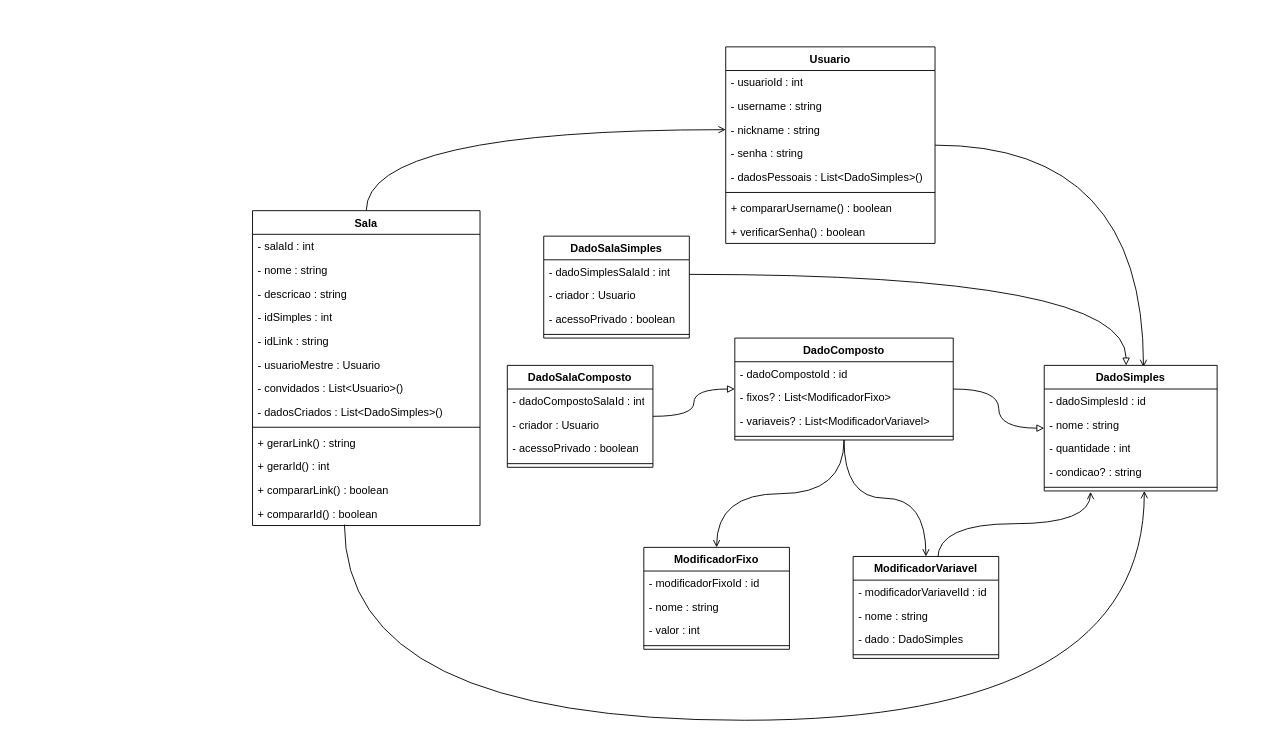
mthhenri/Dicenamics keeps this draw.io diagram as Dicenamics.drawio. Above is the earlier version. Source tidied: cells renumbered, new cells numbered last; positions are measured from the earlier drawing's top-left corner, leaving out a move shared by most shapes. Both pictures are drawn from the tidied source at 91%, with x=0, y=0 at pixel (252, 46).
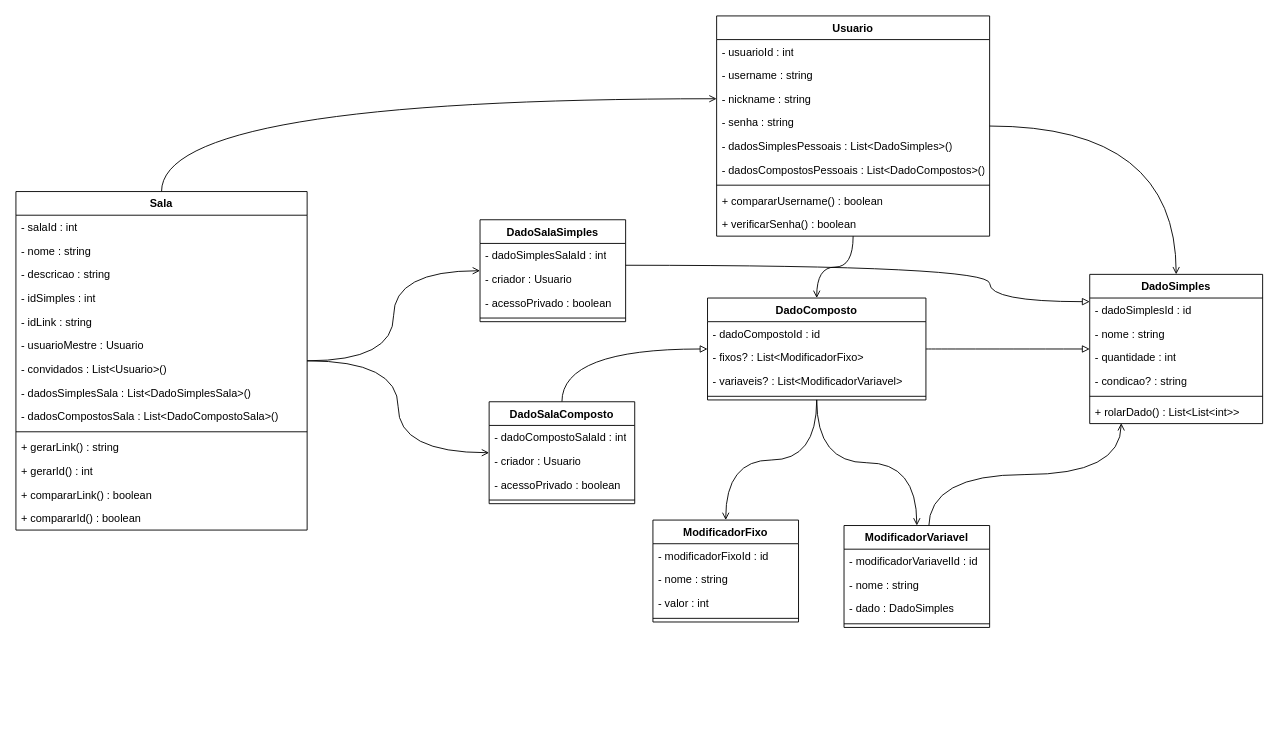
Above is the later version.

The change refers to these unchanged cells:
```xml
<mxCell id="45" style="line;strokeWidth=1;fillColor=none;align=left;verticalAlign=middle;spacingTop=-1;spacingLeft=3;spacingRight=3;labelPosition=right;points=[];portConstraint=eastwest;strokeColor=inherit;" parent="40" vertex="1">
  <mxGeometry y="130" width="190" height="8" as="geometry" />
</mxCell>
```

What changed in the source:
```diff
@@
+    <mxCell id="65" style="edgeStyle=orthogonalEdgeStyle;curved=1;rounded=0;jettySize=auto;html=1;endArrow=open;endFill=0;" parent="1" edge="1" source="3" target="48">
+      <mxGeometry relative="1" as="geometry" />
+    </mxCell>
-    <mxCell id="2" style="edgeStyle=orthogonalEdgeStyle;curved=1;rounded=0;jettySize=auto;html=1;endArrow=open;endFill=0;entryX=0.574;entryY=0.014;entryDx=0;entryDy=0;entryPerimeter=0;" parent="1" edge="1" source="3" target="40">
+    <mxCell id="2" style="edgeStyle=orthogonalEdgeStyle;curved=1;rounded=0;jettySize=auto;html=1;endArrow=open;endFill=0;" parent="1" edge="1" source="3" target="40">
       <mxGeometry relative="1" as="geometry" />
     </mxCell>
     <mxCell id="3" value="Usuario" style="swimlane;fontStyle=1;align=center;verticalAlign=top;horizontal=1;startSize=26;whiteSpace=wrap;html=1;" parent="1" vertex="1">
-      <mxGeometry x="520" width="230" height="216" as="geometry" />
+      <mxGeometry x="510" y="-34" width="300" height="242" as="geometry" />
     </mxCell>
     <mxCell id="4" value="- usuarioId : int" style="text;strokeColor=none;fillColor=none;align=left;verticalAlign=top;spacingLeft=4;spacingRight=4;overflow=hidden;whiteSpace=wrap;html=1;" parent="3" vertex="1">
-      <mxGeometry y="26" width="230" height="26" as="geometry" />
+      <mxGeometry y="26" width="300" height="26" as="geometry" />
     </mxCell>
     <mxCell id="5" value="- username : string" style="text;strokeColor=none;fillColor=none;align=left;verticalAlign=top;spacingLeft=4;spacingRight=4;overflow=hidden;whiteSpace=wrap;html=1;" parent="3" vertex="1">
-      <mxGeometry y="52" width="230" height="26" as="geometry" />
+      <mxGeometry y="52" width="300" height="26" as="geometry" />
     </mxCell>
     <mxCell id="6" value="- nickname : string" style="text;strokeColor=none;fillColor=none;align=left;verticalAlign=top;spacingLeft=4;spacingRight=4;overflow=hidden;points=[[0,0.5],[1,0.5]];portConstraint=eastwest;whiteSpace=wrap;html=1;" parent="3" vertex="1">
-      <mxGeometry y="78" width="230" height="26" as="geometry" />
+      <mxGeometry y="78" width="300" height="26" as="geometry" />
     </mxCell>
     <mxCell id="7" value="- senha : string" style="text;strokeColor=none;fillColor=none;align=left;verticalAlign=top;spacingLeft=4;spacingRight=4;overflow=hidden;whiteSpace=wrap;html=1;" parent="3" vertex="1">
-      <mxGeometry y="104" width="230" height="26" as="geometry" />
+      <mxGeometry y="104" width="300" height="26" as="geometry" />
     </mxCell>
+    <mxCell id="66" value="- dadosSimplesPessoais : List&amp;lt;DadoSimples&amp;gt;()" style="text;strokeColor=none;fillColor=none;align=left;verticalAlign=top;spacingLeft=4;spacingRight=4;overflow=hidden;whiteSpace=wrap;html=1;" parent="3" vertex="1">
+      <mxGeometry y="130" width="300" height="26" as="geometry" />
+    </mxCell>
-    <mxCell id="8" value="- dadosPessoais : List&amp;lt;DadoSimples&amp;gt;()" style="text;strokeColor=none;fillColor=none;align=left;verticalAlign=top;spacingLeft=4;spacingRight=4;overflow=hidden;whiteSpace=wrap;html=1;" parent="3" vertex="1">
-      <mxGeometry y="130" width="230" height="26" as="geometry" />
+    <mxCell id="8" value="- dadosCompostosPessoais : List&amp;lt;DadoCompostos&amp;gt;()" style="text;strokeColor=none;fillColor=none;align=left;verticalAlign=top;spacingLeft=4;spacingRight=4;overflow=hidden;whiteSpace=wrap;html=1;" parent="3" vertex="1">
+      <mxGeometry y="156" width="300" height="26" as="geometry" />
     </mxCell>
     <mxCell id="9" style="line;strokeWidth=1;fillColor=none;align=left;verticalAlign=middle;spacingTop=-1;spacingLeft=3;spacingRight=3;labelPosition=right;strokeColor=inherit;" parent="3" vertex="1">
-      <mxGeometry y="156" width="230" height="8" as="geometry" />
+      <mxGeometry y="182" width="300" height="8" as="geometry" />
     </mxCell>
     <mxCell id="10" value="+ compararUsername() : boolean" style="text;strokeColor=none;fillColor=none;align=left;verticalAlign=top;spacingLeft=4;spacingRight=4;overflow=hidden;whiteSpace=wrap;html=1;" parent="3" vertex="1">
-      <mxGeometry y="164" width="230" height="26" as="geometry" />
+      <mxGeometry y="190" width="300" height="26" as="geometry" />
     </mxCell>
     <mxCell id="11" value="+ verificarSenha() : boolean" style="text;strokeColor=none;fillColor=none;align=left;verticalAlign=top;spacingLeft=4;spacingRight=4;overflow=hidden;whiteSpace=wrap;html=1;" parent="3" vertex="1">
-      <mxGeometry y="190" width="230" height="26" as="geometry" />
+      <mxGeometry y="216" width="300" height="26" as="geometry" />
     </mxCell>
@@
-    <mxCell id="13" style="edgeStyle=orthogonalEdgeStyle;curved=1;rounded=0;jettySize=auto;html=1;exitX=0.404;exitY=0.962;exitDx=0;exitDy=0;exitPerimeter=0;endArrow=open;endFill=0;" parent="1" edge="1" source="27" target="40">
-      <mxGeometry relative="1" as="geometry">
-        <Array as="points">
-          <mxPoint x="101" y="740" />
-          <mxPoint x="980" y="740" />
-        </Array>
-      </mxGeometry>
-    </mxCell>
+    <mxCell id="67" style="edgeStyle=orthogonalEdgeStyle;rounded=0;jettySize=auto;html=1;curved=1;endArrow=open;endFill=0;" parent="1" edge="1" source="14" target="29">
+      <mxGeometry relative="1" as="geometry" />
+    </mxCell>
+    <mxCell id="68" style="edgeStyle=orthogonalEdgeStyle;curved=1;rounded=0;jettySize=auto;html=1;endArrow=open;endFill=0;" parent="1" edge="1" source="14" target="60">
+      <mxGeometry relative="1" as="geometry" />
+    </mxCell>
     <mxCell id="14" value="Sala" style="swimlane;fontStyle=1;align=center;verticalAlign=top;horizontal=1;startSize=26;whiteSpace=wrap;html=1;" parent="1" vertex="1">
-      <mxGeometry y="180" width="250" height="346" as="geometry" />
+      <mxGeometry x="-260" y="159" width="320" height="372" as="geometry" />
     </mxCell>
     <mxCell id="15" value="- salaId : int" style="text;strokeColor=none;fillColor=none;align=left;verticalAlign=top;spacingLeft=4;spacingRight=4;overflow=hidden;whiteSpace=wrap;html=1;" parent="14" vertex="1">
-      <mxGeometry y="26" width="250" height="26" as="geometry" />
+      <mxGeometry y="26" width="320" height="26" as="geometry" />
     </mxCell>
     <mxCell id="16" value="- nome : string" style="text;strokeColor=none;fillColor=none;align=left;verticalAlign=top;spacingLeft=4;spacingRight=4;overflow=hidden;whiteSpace=wrap;html=1;" parent="14" vertex="1">
-      <mxGeometry y="52" width="250" height="26" as="geometry" />
+      <mxGeometry y="52" width="320" height="26" as="geometry" />
     </mxCell>
     <mxCell id="17" value="- descricao : string" style="text;strokeColor=none;fillColor=none;align=left;verticalAlign=top;spacingLeft=4;spacingRight=4;overflow=hidden;whiteSpace=wrap;html=1;" parent="14" vertex="1">
-      <mxGeometry y="78" width="250" height="26" as="geometry" />
+      <mxGeometry y="78" width="320" height="26" as="geometry" />
     </mxCell>
     <mxCell id="18" value="- idSimples : int" style="text;strokeColor=none;fillColor=none;align=left;verticalAlign=top;spacingLeft=4;spacingRight=4;overflow=hidden;whiteSpace=wrap;html=1;" parent="14" vertex="1">
-      <mxGeometry y="104" width="250" height="26" as="geometry" />
+      <mxGeometry y="104" width="320" height="26" as="geometry" />
     </mxCell>
     <mxCell id="19" value="- idLink : string" style="text;strokeColor=none;fillColor=none;align=left;verticalAlign=top;spacingLeft=4;spacingRight=4;overflow=hidden;whiteSpace=wrap;html=1;" parent="14" vertex="1">
-      <mxGeometry y="130" width="250" height="26" as="geometry" />
+      <mxGeometry y="130" width="320" height="26" as="geometry" />
     </mxCell>
     <mxCell id="20" value="- usuarioMestre : Usuario" style="text;strokeColor=none;fillColor=none;align=left;verticalAlign=top;spacingLeft=4;spacingRight=4;overflow=hidden;whiteSpace=wrap;html=1;" parent="14" vertex="1">
-      <mxGeometry y="156" width="250" height="26" as="geometry" />
+      <mxGeometry y="156" width="320" height="26" as="geometry" />
     </mxCell>
     <mxCell id="21" value="- convidados : List&amp;lt;Usuario&amp;gt;()" style="text;strokeColor=none;fillColor=none;align=left;verticalAlign=top;spacingLeft=4;spacingRight=4;overflow=hidden;whiteSpace=wrap;html=1;" parent="14" vertex="1">
-      <mxGeometry y="182" width="250" height="26" as="geometry" />
+      <mxGeometry y="182" width="320" height="26" as="geometry" />
     </mxCell>
-    <mxCell id="22" value="- dadosCriados : List&amp;lt;DadoSimples&amp;gt;()" style="text;strokeColor=none;fillColor=none;align=left;verticalAlign=top;spacingLeft=4;spacingRight=4;overflow=hidden;whiteSpace=wrap;html=1;" parent="14" vertex="1">
-      <mxGeometry y="208" width="250" height="26" as="geometry" />
+    <mxCell id="22" value="- dadosSimplesSala : List&amp;lt;DadoSimplesSala&amp;gt;()" style="text;strokeColor=none;fillColor=none;align=left;verticalAlign=top;spacingLeft=4;spacingRight=4;overflow=hidden;whiteSpace=wrap;html=1;" parent="14" vertex="1">
+      <mxGeometry y="208" width="320" height="26" as="geometry" />
     </mxCell>
+    <mxCell id="69" value="- dadosCompostosSala&amp;nbsp;: List&amp;lt;DadoCompostoSala&amp;gt;()" style="text;strokeColor=none;fillColor=none;align=left;verticalAlign=top;spacingLeft=4;spacingRight=4;overflow=hidden;whiteSpace=wrap;html=1;" parent="14" vertex="1">
+      <mxGeometry y="234" width="320" height="26" as="geometry" />
+    </mxCell>
     <mxCell id="23" style="line;strokeWidth=1;fillColor=none;align=left;verticalAlign=middle;spacingTop=-1;spacingLeft=3;spacingRight=3;labelPosition=right;strokeColor=inherit;" parent="14" vertex="1">
-      <mxGeometry y="234" width="250" height="8" as="geometry" />
+      <mxGeometry y="260" width="320" height="8" as="geometry" />
     </mxCell>
     <mxCell id="24" value="+ gerarLink() : string" style="text;strokeColor=none;fillColor=none;align=left;verticalAlign=top;spacingLeft=4;spacingRight=4;overflow=hidden;whiteSpace=wrap;html=1;" parent="14" vertex="1">
-      <mxGeometry y="242" width="250" height="26" as="geometry" />
+      <mxGeometry y="268" width="320" height="26" as="geometry" />
     </mxCell>
     <mxCell id="25" value="+ gerarId() : int" style="text;strokeColor=none;fillColor=none;align=left;verticalAlign=top;spacingLeft=4;spacingRight=4;overflow=hidden;whiteSpace=wrap;html=1;" parent="14" vertex="1">
-      <mxGeometry y="268" width="250" height="26" as="geometry" />
+      <mxGeometry y="294" width="320" height="26" as="geometry" />
     </mxCell>
     <mxCell id="26" value="+ compararLink() : boolean" style="text;strokeColor=none;fillColor=none;align=left;verticalAlign=top;spacingLeft=4;spacingRight=4;overflow=hidden;whiteSpace=wrap;html=1;" parent="14" vertex="1">
-      <mxGeometry y="294" width="250" height="26" as="geometry" />
+      <mxGeometry y="320" width="320" height="26" as="geometry" />
     </mxCell>
     <mxCell id="27" value="+ compararId() : boolean&lt;br&gt;" style="text;strokeColor=none;fillColor=none;align=left;verticalAlign=top;spacingLeft=4;spacingRight=4;overflow=hidden;points=[[0,0.5],[1,0.5]];portConstraint=eastwest;whiteSpace=wrap;html=1;" parent="14" vertex="1">
-      <mxGeometry y="320" width="250" height="26" as="geometry" />
+      <mxGeometry y="346" width="320" height="26" as="geometry" />
     </mxCell>
     <mxCell id="28" style="edgeStyle=orthogonalEdgeStyle;curved=1;rounded=0;jettySize=auto;html=1;endArrow=block;endFill=0;" parent="1" edge="1" source="29" target="40">
       <mxGeometry relative="1" as="geometry">
         <Array as="points">
-          <mxPoint x="960" y="250" />
+          <mxPoint x="810" y="240" />
+          <mxPoint x="810" y="280" />
         </Array>
       </mxGeometry>
     </mxCell>
     <mxCell id="29" value="DadoSalaSimples" style="swimlane;fontStyle=1;align=center;verticalAlign=top;horizontal=1;startSize=26;whiteSpace=wrap;html=1;" parent="1" vertex="1">
-      <mxGeometry x="320" y="208" width="160" height="112" as="geometry" />
+      <mxGeometry x="250" y="190" width="160" height="112" as="geometry" />
     </mxCell>
@@
     <mxCell id="35" value="ModificadorFixo" style="swimlane;fontStyle=1;align=center;verticalAlign=top;horizontal=1;startSize=26;whiteSpace=wrap;html=1;" parent="1" vertex="1">
-      <mxGeometry x="430" y="550" width="160" height="112" as="geometry" />
+      <mxGeometry x="440" y="520" width="160" height="112" as="geometry" />
     </mxCell>
@@
     <mxCell id="40" value="DadoSimples" style="swimlane;fontStyle=1;align=center;verticalAlign=top;horizontal=1;startSize=26;whiteSpace=wrap;html=1;" parent="1" vertex="1">
-      <mxGeometry x="870" y="350" width="190" height="138" as="geometry" />
+      <mxGeometry x="920" y="250" width="190" height="164" as="geometry" />
     </mxCell>
@@
+    <mxCell id="70" value="+ rolarDado() : List&amp;lt;List&amp;lt;int&amp;gt;&amp;gt;" style="text;strokeColor=none;fillColor=none;align=left;verticalAlign=top;spacingLeft=4;spacingRight=4;overflow=hidden;points=[[0,0.5],[1,0.5]];portConstraint=eastwest;whiteSpace=wrap;html=1;" parent="40" vertex="1">
+      <mxGeometry y="138" width="190" height="26" as="geometry" />
+    </mxCell>
@@
     <mxCell id="48" value="DadoComposto" style="swimlane;fontStyle=1;align=center;verticalAlign=top;horizontal=1;startSize=26;whiteSpace=wrap;html=1;" parent="1" vertex="1">
-      <mxGeometry x="530" y="320" width="240" height="112" as="geometry" />
+      <mxGeometry x="500" y="276" width="240" height="112" as="geometry" />
     </mxCell>
@@
-    <mxCell id="53" style="edgeStyle=orthogonalEdgeStyle;curved=1;rounded=0;jettySize=auto;html=1;endArrow=open;endFill=0;entryX=0.268;entryY=1.125;entryDx=0;entryDy=0;entryPerimeter=0;exitX=0.581;exitY=0.023;exitDx=0;exitDy=0;exitPerimeter=0;" parent="1" edge="1" source="54" target="45">
+    <mxCell id="53" style="edgeStyle=orthogonalEdgeStyle;curved=1;rounded=0;jettySize=auto;html=1;endArrow=open;endFill=0;entryX=0.182;entryY=0.981;entryDx=0;entryDy=0;entryPerimeter=0;exitX=0.581;exitY=0.023;exitDx=0;exitDy=0;exitPerimeter=0;" parent="1" edge="1" source="54" target="70">
       <mxGeometry relative="1" as="geometry" />
     </mxCell>
     <mxCell id="54" value="ModificadorVariavel" style="swimlane;fontStyle=1;align=center;verticalAlign=top;horizontal=1;startSize=26;whiteSpace=wrap;html=1;" parent="1" vertex="1">
-      <mxGeometry x="660" y="560" width="160" height="112" as="geometry" />
+      <mxGeometry x="650" y="526" width="160" height="112" as="geometry" />
     </mxCell>
@@
     <mxCell id="60" value="DadoSalaComposto" style="swimlane;fontStyle=1;align=center;verticalAlign=top;horizontal=1;startSize=26;whiteSpace=wrap;html=1;" parent="1" vertex="1">
-      <mxGeometry x="280" y="350" width="160" height="112" as="geometry" />
+      <mxGeometry x="260" y="390" width="160" height="112" as="geometry" />
     </mxCell>
```
